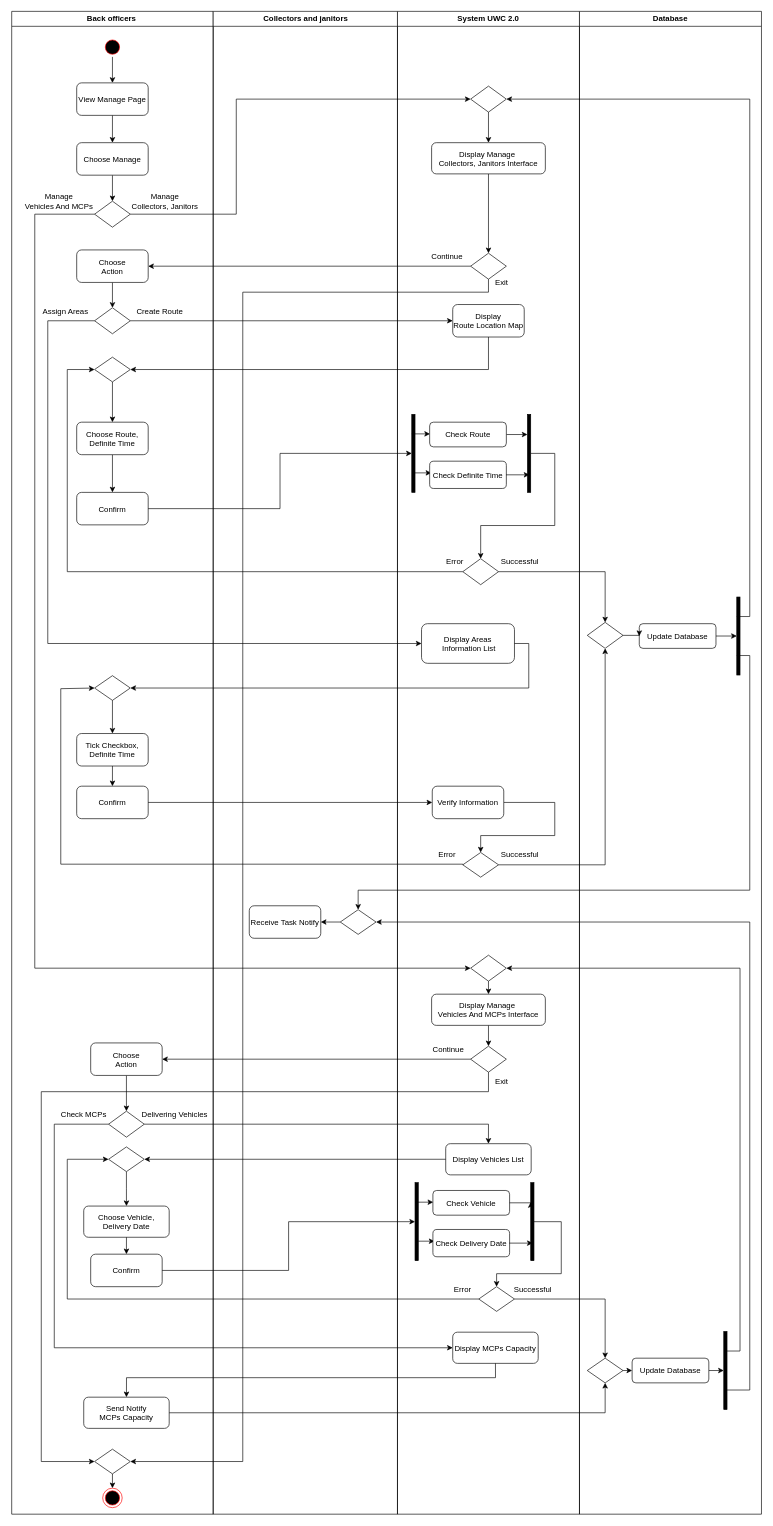
This is Task 2/2.1/Activity-Diagram-Task-Assignment.drawio from astr0tas/SE-with-Da-Bois---UWC-2.0, a draw.io file, before an edit. Source tidied: cells renumbered, new cells numbered last; positions are measured from the earlier drawing's top-left corner, leaving out a move shared by most shapes. Both pictures are drawn from the tidied source at 65%, with x=0, y=0 at pixel (11, 11).
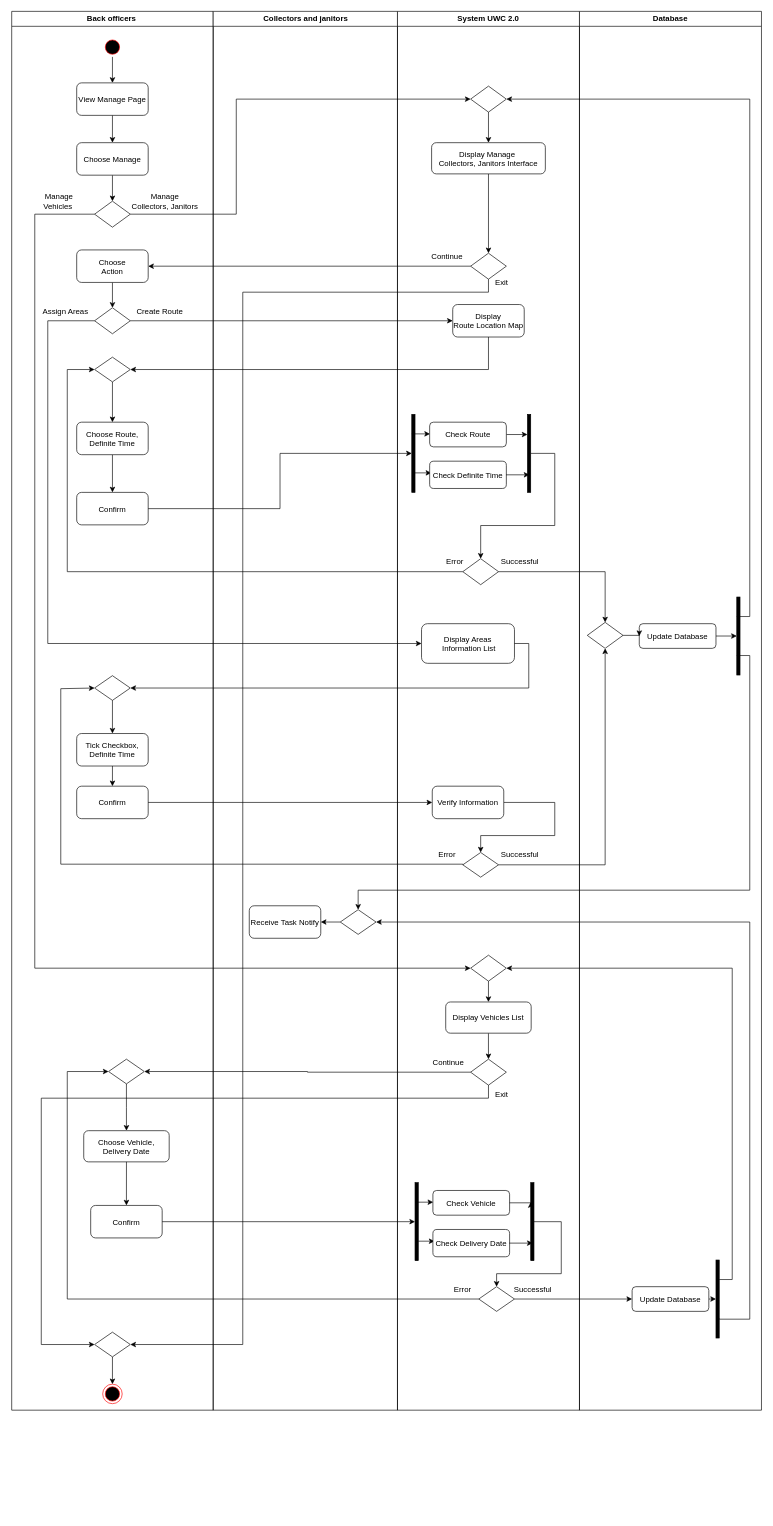
The same page after the edit.

Unchanged cells that the change refers to:
```xml
<mxCell id="44" style="rhombus;" parent="41" vertex="1">
  <mxGeometry x="195.5" y="1382" width="55" height="38" as="geometry" />
</mxCell>
<mxCell id="49" style="rhombus;" parent="45" vertex="1">
  <mxGeometry x="112.5" y="372" width="55" height="40" as="geometry" />
</mxCell>
<mxCell id="70" style="rhombus;" parent="45" vertex="1">
  <mxGeometry x="112.5" y="1452" width="55" height="40" as="geometry" />
</mxCell>
<mxCell id="86" style="rhombus;" parent="45" vertex="1">
  <mxGeometry x="125" y="1962" width="55" height="38" as="geometry" />
</mxCell>
```

Change to the diagram source:
```diff
@@
     <mxCell id="2" value="Back officers " style="swimlane;whiteSpace=wrap;" parent="1" vertex="1">
-      <mxGeometry x="0.5" width="310" height="2312" as="geometry" />
+      <mxGeometry x="0.5" width="310" height="2152" as="geometry" />
     </mxCell>
@@
-    <mxCell id="26" value="&amp;nbsp;Manage&amp;nbsp;&lt;br style=&quot;padding: 0px; margin: 0px;&quot;&gt;Vehicles And MCPs" style="text;html=1;align=center;verticalAlign=middle;strokeColor=none;fillColor=none;" parent="2" vertex="1">
-      <mxGeometry x="7.5" y="272" width="130" height="40" as="geometry" />
+    <mxCell id="26" value="&amp;nbsp;Manage&amp;nbsp;&lt;br style=&quot;padding: 0px; margin: 0px;&quot;&gt;Vehicles&amp;nbsp;" style="text;html=1;align=center;verticalAlign=middle;strokeColor=none;fillColor=none;" parent="2" vertex="1">
+      <mxGeometry x="37.5" y="272" width="70" height="40" as="geometry" />
     </mxCell>
@@
     <mxCell id="28" style="rhombus;" parent="2" vertex="1">
-      <mxGeometry x="149" y="1747" width="55" height="38" as="geometry" />
+      <mxGeometry x="149" y="1612" width="55" height="38" as="geometry" />
     </mxCell>
     <mxCell id="29" value="Choose Vehicle, &#10;Delivery Date" style="rounded=1;strokeColor=#000000;fillColor=#FFFFFF;" parent="2" vertex="1">
-      <mxGeometry x="110.8" y="1838" width="131.5" height="48" as="geometry" />
+      <mxGeometry x="110.8" y="1722" width="131.5" height="48" as="geometry" />
     </mxCell>
     <mxCell id="30" style="ellipse;shape=endState;fillColor=#000000;strokeColor=#ff0000;" parent="2" vertex="1">
-      <mxGeometry x="140" y="2272" width="30" height="30" as="geometry" />
+      <mxGeometry x="140" y="2112" width="30" height="30" as="geometry" />
     </mxCell>
@@
     <mxCell id="32" style="rhombus;" parent="2" vertex="1">
-      <mxGeometry x="127.5" y="2212" width="55" height="38" as="geometry" />
+      <mxGeometry x="127.5" y="2032" width="55" height="38" as="geometry" />
     </mxCell>
-    <mxCell id="33" style="edgeStyle=orthogonalEdgeStyle;rounded=0;jettySize=auto;html=1;exitX=0.5;exitY=1;exitDx=0;exitDy=0;entryX=0.5;entryY=0;entryDx=0;entryDy=0;" parent="2" edge="1" source="34" target="35">
-      <mxGeometry relative="1" as="geometry" />
-    </mxCell>
-    <mxCell id="34" value="Choose&#10;Action" style="rounded=1;" parent="2" vertex="1">
-      <mxGeometry x="121.5" y="1587" width="110" height="50" as="geometry" />
-    </mxCell>
-    <mxCell id="35" style="rhombus;" parent="2" vertex="1">
-      <mxGeometry x="149" y="1692" width="55" height="40" as="geometry" />
-    </mxCell>
-    <mxCell id="36" value="Delivering Vehicles" style="text;html=1;align=center;verticalAlign=middle;strokeColor=none;fillColor=none;" parent="2" vertex="1">
-      <mxGeometry x="190" y="1682" width="120" height="30" as="geometry" />
-    </mxCell>
-    <mxCell id="37" value="Check MCPs" style="text;html=1;align=center;verticalAlign=middle;strokeColor=none;fillColor=none;" parent="2" vertex="1">
-      <mxGeometry x="65.5" y="1682" width="90" height="30" as="geometry" />
-    </mxCell>
-    <mxCell id="38" value="Send Notify &#10;MCPs Capacity" style="rounded=1;strokeColor=#000000;fillColor=#FFFFFF;" parent="2" vertex="1">
-      <mxGeometry x="110.8" y="2132" width="131.5" height="48" as="geometry" />
-    </mxCell>
     <mxCell id="39" value="Confirm" style="rounded=1;" parent="2" vertex="1">
-      <mxGeometry x="121.5" y="1912" width="110" height="50" as="geometry" />
+      <mxGeometry x="121.5" y="1837" width="110" height="50" as="geometry" />
     </mxCell>
@@
     <mxCell id="41" value="Collectors and janitors" style="swimlane;whiteSpace=wrap;startSize=23;" parent="1" vertex="1">
-      <mxGeometry x="310.5" width="283.5" height="2312" as="geometry" />
+      <mxGeometry x="310.5" width="283.5" height="2152" as="geometry" />
     </mxCell>
@@
     <mxCell id="45" value="System UWC 2.0" style="swimlane;whiteSpace=wrap;startSize=23;" parent="1" vertex="1">
-      <mxGeometry x="594" width="280" height="2312" as="geometry" />
+      <mxGeometry x="594" width="280" height="2152" as="geometry" />
     </mxCell>
@@
-    <mxCell id="71" style="edgeStyle=orthogonalEdgeStyle;rounded=0;jettySize=auto;html=1;exitX=0.5;exitY=1;exitDx=0;exitDy=0;entryX=0.5;entryY=0;entryDx=0;entryDy=0;" parent="45" edge="1" source="95" target="72">
+    <mxCell id="71" style="edgeStyle=orthogonalEdgeStyle;rounded=0;jettySize=auto;html=1;exitX=0.5;exitY=1;exitDx=0;exitDy=0;entryX=0.5;entryY=0;entryDx=0;entryDy=0;" parent="45" edge="1" source="73" target="72">
       <mxGeometry relative="1" as="geometry" />
     </mxCell>
     <mxCell id="72" style="rhombus;" parent="45" vertex="1">
-      <mxGeometry x="112.5" y="1592" width="55" height="40" as="geometry" />
+      <mxGeometry x="112.5" y="1612" width="55" height="40" as="geometry" />
     </mxCell>
     <mxCell id="73" value="Display Vehicles List" style="rounded=1;strokeColor=#000000;fillColor=#FFFFFF;" parent="45" vertex="1">
-      <mxGeometry x="74.2" y="1742" width="131.5" height="48" as="geometry" />
+      <mxGeometry x="74.2" y="1524" width="131.5" height="48" as="geometry" />
     </mxCell>
@@
-    <mxCell id="91" value="Display MCPs Capacity" style="rounded=1;strokeColor=#000000;fillColor=#FFFFFF;" parent="45" vertex="1">
-      <mxGeometry x="85" y="2032" width="131.5" height="48" as="geometry" />
-    </mxCell>
@@
-    <mxCell id="95" value="Display Manage &#10;Vehicles And MCPs Interface" style="rounded=1;" parent="45" vertex="1">
-      <mxGeometry x="52.5" y="1512" width="175" height="48" as="geometry" />
-    </mxCell>
-    <mxCell id="96" style="endArrow=classic;html=1;exitX=0.5;exitY=1;exitDx=0;exitDy=0;entryX=0.5;entryY=0;entryDx=0;entryDy=0;" parent="45" edge="1" source="70" target="95">
+    <mxCell id="96" style="endArrow=classic;html=1;exitX=0.5;exitY=1;exitDx=0;exitDy=0;entryX=0.5;entryY=0;entryDx=0;entryDy=0;" parent="45" edge="1" source="70" target="73">
       <mxGeometry relative="1" as="geometry" />
     </mxCell>
     <mxCell id="97" value="Continue" style="text;html=1;align=center;verticalAlign=middle;strokeColor=none;fillColor=none;" parent="45" vertex="1">
-      <mxGeometry x="42.5" y="1582" width="70" height="30" as="geometry" />
+      <mxGeometry x="42.5" y="1602" width="70" height="30" as="geometry" />
     </mxCell>
     <mxCell id="98" value="Exit" style="text;html=1;align=center;verticalAlign=middle;strokeColor=none;fillColor=none;" parent="45" vertex="1">
-      <mxGeometry x="140" y="1632" width="40" height="30" as="geometry" />
+      <mxGeometry x="140" y="1652" width="40" height="30" as="geometry" />
     </mxCell>
     <mxCell id="99" value="Database" style="swimlane;whiteSpace=wrap;startSize=23;" parent="1" vertex="1">
-      <mxGeometry x="874" width="280" height="2312" as="geometry" />
+      <mxGeometry x="874" width="280" height="2152" as="geometry" />
     </mxCell>
@@
     <mxCell id="106" value="Update Database" style="rounded=1;" parent="99" vertex="1">
-      <mxGeometry x="81" y="2072" width="118" height="38" as="geometry" />
+      <mxGeometry x="81" y="1962" width="118" height="38" as="geometry" />
     </mxCell>
     <mxCell id="107" style="whiteSpace=wrap;strokeColor=#000000;fillColor=#000000;" parent="99" vertex="1">
-      <mxGeometry x="222" y="2031" width="5" height="120" as="geometry" />
+      <mxGeometry x="210" y="1921" width="5" height="120" as="geometry" />
     </mxCell>
-    <mxCell id="108" style="edgeStyle=orthogonalEdgeStyle;rounded=0;jettySize=auto;html=1;exitX=1;exitY=0.5;exitDx=0;exitDy=0;entryX=0;entryY=0.5;entryDx=0;entryDy=0;" parent="99" edge="1" source="109" target="106">
-      <mxGeometry relative="1" as="geometry" />
-    </mxCell>
-    <mxCell id="109" style="rhombus;" parent="99" vertex="1">
-      <mxGeometry x="12" y="2072" width="55" height="38" as="geometry" />
-    </mxCell>
@@
-    <mxCell id="124" style="edgeStyle=orthogonalEdgeStyle;rounded=0;jettySize=auto;html=1;exitX=0;exitY=0.5;exitDx=0;exitDy=0;entryX=1;entryY=0.5;entryDx=0;entryDy=0;" parent="1" edge="1" source="73" target="28">
-      <mxGeometry relative="1" as="geometry" />
-    </mxCell>
@@
     <mxCell id="126" style="edgeStyle=orthogonalEdgeStyle;rounded=0;jettySize=auto;html=1;exitX=0;exitY=0.5;exitDx=0;exitDy=0;entryX=0;entryY=0.5;entryDx=0;entryDy=0;" parent="1" edge="1" source="86" target="28">
       <mxGeometry relative="1" as="geometry">
         <Array as="points">
           <mxPoint x="86" y="1981" />
-          <mxPoint x="86" y="1766" />
+          <mxPoint x="86" y="1631" />
         </Array>
       </mxGeometry>
     </mxCell>
-    <mxCell id="127" style="edgeStyle=orthogonalEdgeStyle;rounded=0;jettySize=auto;html=1;exitX=1;exitY=0.5;exitDx=0;exitDy=0;entryX=0.5;entryY=0;entryDx=0;entryDy=0;" parent="1" edge="1" source="86" target="109">
+    <mxCell id="127" style="edgeStyle=orthogonalEdgeStyle;rounded=0;jettySize=auto;html=1;exitX=1;exitY=0.5;exitDx=0;exitDy=0;entryX=0;entryY=0.5;entryDx=0;entryDy=0;" parent="1" edge="1" source="86" target="106">
       <mxGeometry relative="1" as="geometry" />
     </mxCell>
@@
     <mxCell id="129" style="edgeStyle=orthogonalEdgeStyle;rounded=0;jettySize=auto;html=1;exitX=1;exitY=0.75;exitDx=0;exitDy=0;entryX=1;entryY=0.5;entryDx=0;entryDy=0;" parent="1" edge="1" source="107" target="44">
       <mxGeometry relative="1" as="geometry">
         <Array as="points">
-          <mxPoint x="1136" y="2121" />
+          <mxPoint x="1089" y="2012" />
+          <mxPoint x="1136" y="2012" />
           <mxPoint x="1136" y="1401" />
         </Array>
       </mxGeometry>
     </mxCell>
@@
     <mxCell id="131" style="edgeStyle=orthogonalEdgeStyle;rounded=0;jettySize=auto;html=1;exitX=0.5;exitY=1;exitDx=0;exitDy=0;entryX=0;entryY=0.5;entryDx=0;entryDy=0;" parent="1" edge="1" source="72" target="32">
       <mxGeometry relative="1" as="geometry">
         <Array as="points">
-          <mxPoint x="734" y="1662" />
-          <mxPoint x="46" y="1662" />
-          <mxPoint x="46" y="2231" />
+          <mxPoint x="734" y="1672" />
+          <mxPoint x="46" y="1672" />
+          <mxPoint x="46" y="2051" />
         </Array>
       </mxGeometry>
     </mxCell>
     <mxCell id="132" style="edgeStyle=orthogonalEdgeStyle;rounded=0;jettySize=auto;html=1;exitX=0.5;exitY=1;exitDx=0;exitDy=0;entryX=1;entryY=0.5;entryDx=0;entryDy=0;" parent="1" edge="1" source="49" target="32">
       <mxGeometry relative="1" as="geometry">
         <Array as="points">
           <mxPoint x="734" y="432" />
           <mxPoint x="356" y="432" />
-          <mxPoint x="356" y="2231" />
+          <mxPoint x="356" y="2051" />
         </Array>
       </mxGeometry>
     </mxCell>
-    <mxCell id="133" style="edgeStyle=orthogonalEdgeStyle;rounded=0;jettySize=auto;html=1;entryX=1;entryY=0.5;entryDx=0;entryDy=0;exitX=0;exitY=0.5;exitDx=0;exitDy=0;" parent="1" edge="1" source="72" target="34">
+    <mxCell id="133" style="edgeStyle=orthogonalEdgeStyle;rounded=0;jettySize=auto;html=1;entryX=1;entryY=0.5;entryDx=0;entryDy=0;exitX=0;exitY=0.5;exitDx=0;exitDy=0;" parent="1" edge="1" source="72" target="28">
       <mxGeometry relative="1" as="geometry" />
     </mxCell>
-    <mxCell id="134" style="edgeStyle=orthogonalEdgeStyle;rounded=0;jettySize=auto;html=1;exitX=1;exitY=0.5;exitDx=0;exitDy=0;entryX=0.5;entryY=0;entryDx=0;entryDy=0;" parent="1" edge="1" source="35" target="73">
-      <mxGeometry relative="1" as="geometry" />
-    </mxCell>
-    <mxCell id="135" style="edgeStyle=orthogonalEdgeStyle;rounded=0;jettySize=auto;html=1;exitX=0;exitY=0.5;exitDx=0;exitDy=0;entryX=0;entryY=0.5;entryDx=0;entryDy=0;" parent="1" edge="1" source="35" target="91">
-      <mxGeometry relative="1" as="geometry">
-        <Array as="points">
-          <mxPoint x="66" y="1712" />
-          <mxPoint x="66" y="2056" />
-        </Array>
-      </mxGeometry>
-    </mxCell>
-    <mxCell id="136" style="edgeStyle=orthogonalEdgeStyle;rounded=0;jettySize=auto;html=1;exitX=0.5;exitY=1;exitDx=0;exitDy=0;entryX=0.5;entryY=0;entryDx=0;entryDy=0;" parent="1" edge="1" source="91" target="38">
-      <mxGeometry relative="1" as="geometry">
-        <Array as="points">
-          <mxPoint x="745" y="2102" />
-          <mxPoint x="177" y="2102" />
-        </Array>
-      </mxGeometry>
-    </mxCell>
-    <mxCell id="137" style="edgeStyle=orthogonalEdgeStyle;rounded=0;jettySize=auto;html=1;exitX=1;exitY=0.5;exitDx=0;exitDy=0;entryX=0.5;entryY=1;entryDx=0;entryDy=0;" parent="1" edge="1" source="38" target="109">
-      <mxGeometry relative="1" as="geometry" />
-    </mxCell>
```
